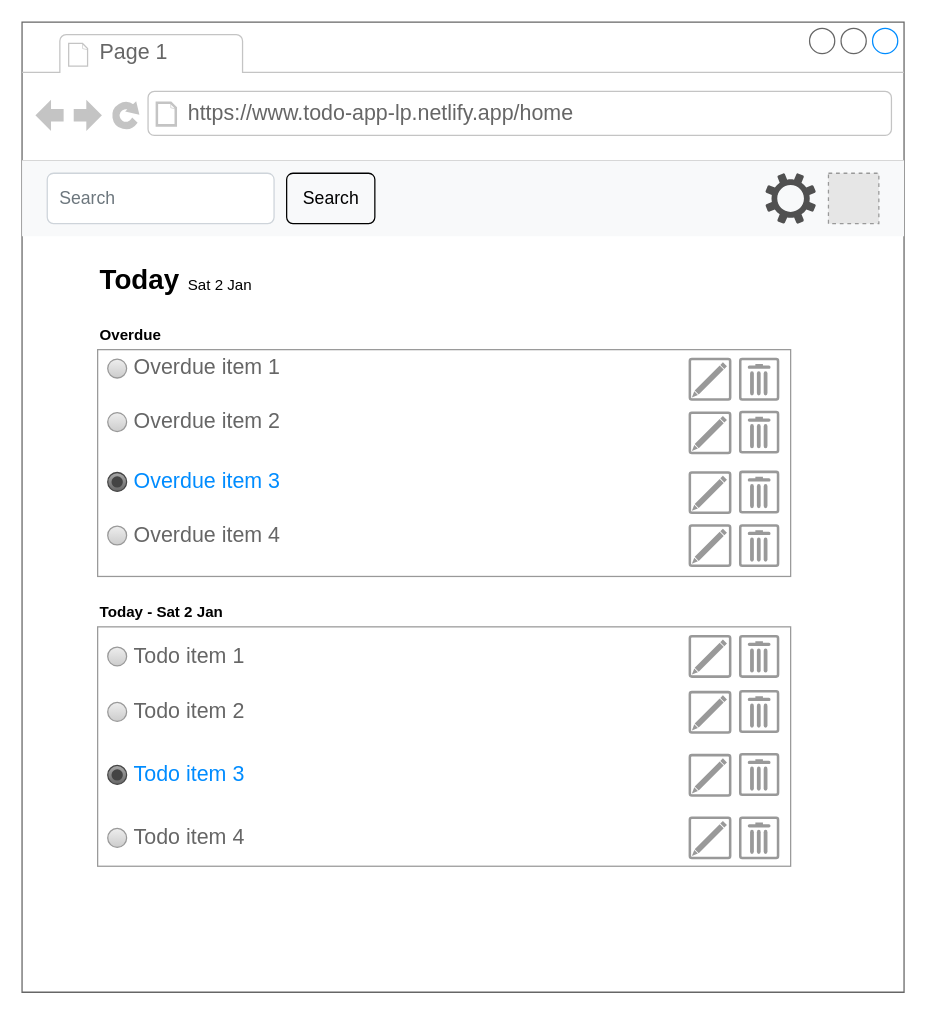
Above: page "Home Page" (3 of 5) of Untitled Diagram.drawio in Koshux/todo-multi-tenant (draw.io), before the change. Source tidied: cells renumbered, new cells numbered last; positions are measured from the earlier drawing's top-left corner, leaving out a move shared by most shapes. Both pictures are drawn from the tidied source at 126%, with x=0, y=0 at pixel (21, 21). Pictures stored in the file or linked from it are replaced by grey dashed boxes.
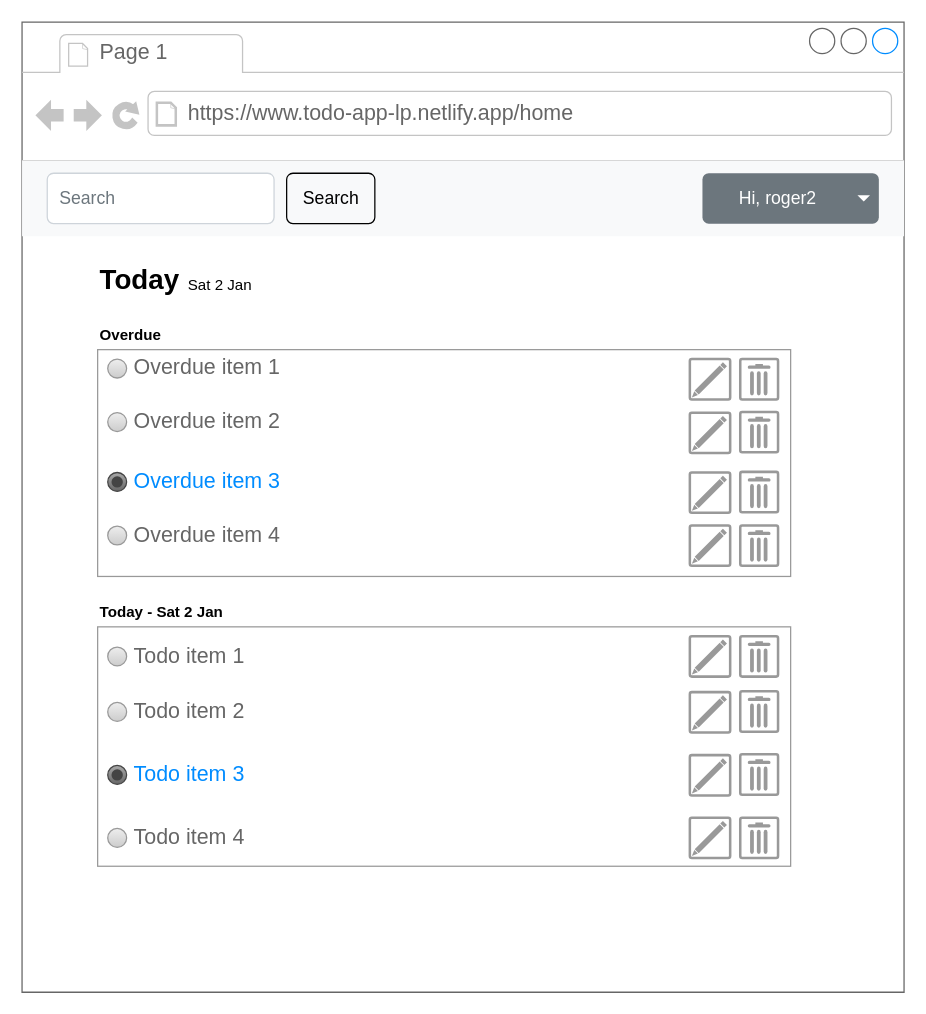
The same page after the edit.

The change refers to these unchanged cells:
```xml
<mxCell id="38" style="html=1;shadow=0;dashed=0;fillColor=#F8F9FA;strokeColor=none;fontSize=16;fontColor=#181819;align=left;spacing=15;fontFamily=BitterPro-BoldItalic;" parent="2" vertex="1">
  <mxGeometry y="110" width="700" height="60" as="geometry" />
</mxCell>
```

The edit, as a diff of the source:
```diff
@@
-    <mxCell id="41" style="group;fontFamily=BitterPro-BoldItalic;" parent="1" vertex="1">
-      <mxGeometry x="590" y="120" width="90" height="40" as="geometry" />
-    </mxCell>
-    <mxCell id="42" style="fillColor=#E6E6E6;strokeColor=#999999;dashed=1;html=1;verticalAlign=top;verticalLabelPosition=bottom;labelBackgroundColor=#ffffff;fontFamily=BitterPro-BoldItalic;fontColor=#505050;" parent="41" vertex="1">
-      <mxGeometry x="50" width="40" height="40" as="geometry" />
-    </mxCell>
-    <mxCell id="43" style="shadow=0;dashed=0;html=1;strokeColor=none;labelPosition=center;verticalLabelPosition=bottom;verticalAlign=top;align=center;shape=mxgraph.mscae.enterprise.settings;fontFamily=BitterPro-BoldItalic;fontColor=#000000;fillColor=#505050;" parent="41" vertex="1">
-      <mxGeometry width="40" height="40" as="geometry" />
-    </mxCell>
+    <mxCell id="44" value="&lt;div&gt;Hi, roger2&lt;/div&gt;" style="html=1;shadow=0;dashed=0;shape=mxgraph.bootstrap.rrect;rSize=5;strokeColor=none;strokeWidth=1;fillColor=#6C767D;fontColor=#ffffff;whiteSpace=wrap;align=center;verticalAlign=middle;fontStyle=0;fontSize=14;spacingRight=20;fontFamily=BitterPro-BoldItalic;" parent="38" vertex="1">
+      <mxGeometry x="540" y="10" width="140" height="40" as="geometry" />
+    </mxCell>
+    <mxCell id="45" style="shape=triangle;direction=south;fillColor=#ffffff;strokeColor=none;perimeter=none;fontFamily=BitterPro-BoldItalic;" parent="44" vertex="1">
+      <mxGeometry x="1" y="0.5" width="10" height="5" relative="1" as="geometry">
+        <mxPoint x="-17" y="-2.5" as="offset" />
+      </mxGeometry>
+    </mxCell>
```
